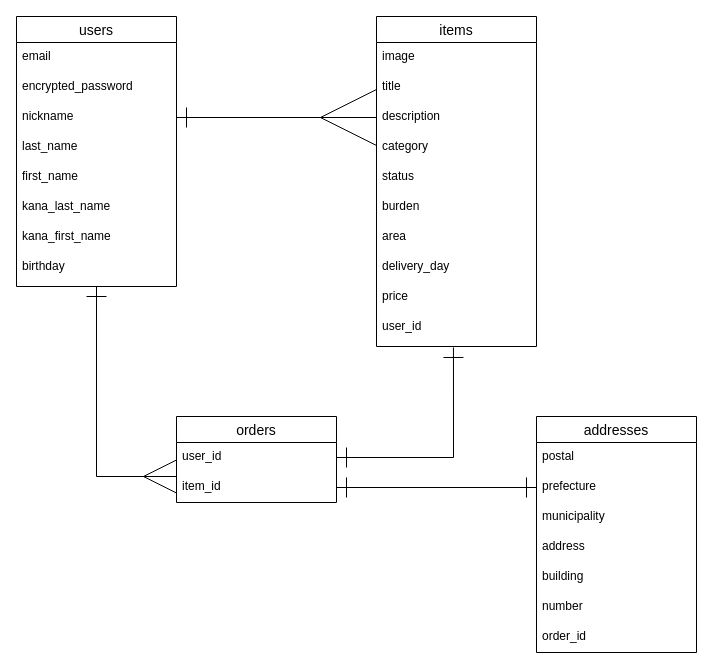
Before: furima.dio in CatGitter/furima-35807, a draw.io diagram. Source tidied: cells renumbered, new cells numbered last; positions are measured from the earlier drawing's top-left corner, leaving out a move shared by most shapes. Both pictures are drawn from the tidied source at 100%, with x=0, y=0 at pixel (16, 16).
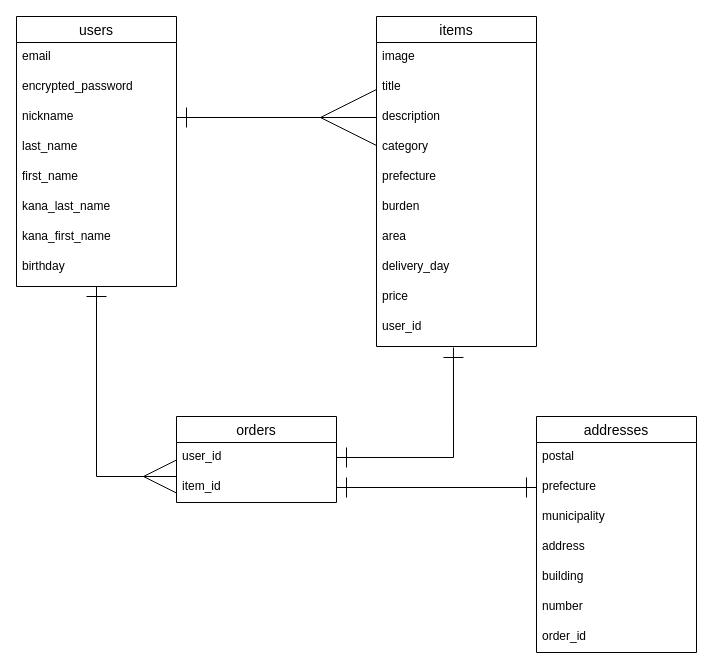
Above is the later version.

Commit message (it also covers changes not shown here):
モデル・マイグレーション生成（ER図含む）

The change refers to these unchanged cells:
```xml
<mxCell id="11" value="items" style="swimlane;fontStyle=0;horizontal=1;startSize=26;align=center;fontSize=14;" parent="1" vertex="1">
  <mxGeometry x="360" width="160" height="330" as="geometry" />
</mxCell>
```

Diff of the diagram source:
```diff
@@
-    <mxCell id="16" value="status" style="text;strokeColor=none;fillColor=none;spacingLeft=4;spacingRight=4;overflow=hidden;fontSize=12;" parent="11" vertex="1">
+    <mxCell id="16" value="prefecture" style="text;strokeColor=none;fillColor=none;spacingLeft=4;spacingRight=4;overflow=hidden;fontSize=12;" parent="11" vertex="1">
       <mxGeometry y="146" width="160" height="30" as="geometry" />
     </mxCell>
```
